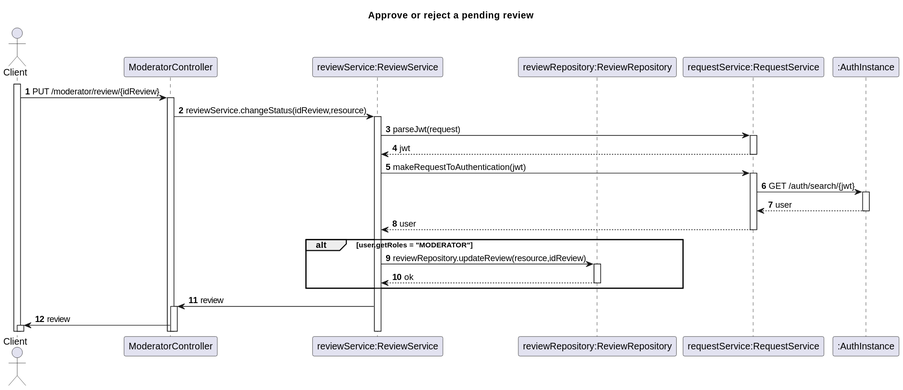
The PlantUML diagram Docs/US10-SD.svg in TiagoNora/SIDIS-Docs, before a commit. Its diagram source:
```plantuml
@startuml

title Approve or reject a pending review
autoactivate on
autonumber

actor "Client" as client
participant "ModeratorController" as controller
participant "reviewService:ReviewService" as service
participant "reviewRepository:ReviewRepository" as repository
participant "requestService:RequestService" as request
participant ":AuthInstance" as instanceAuth

activate client

client -> controller: PUT /moderator/review/{idReview}
controller -> service : reviewService.changeStatus(idReview,resource)

service -> request : parseJwt(request)
request --> service: jwt
service -> request: makeRequestToAuthentication(jwt)
request -> instanceAuth: GET /auth/search/{jwt}
instanceAuth --> request: user
request --> service: user
alt user.getRoles = "MODERATOR"
    service -> repository: reviewRepository.updateReview(resource,idReview)
    repository --> service: ok
end


service -> controller: review
controller -> client: review

@enduml
```
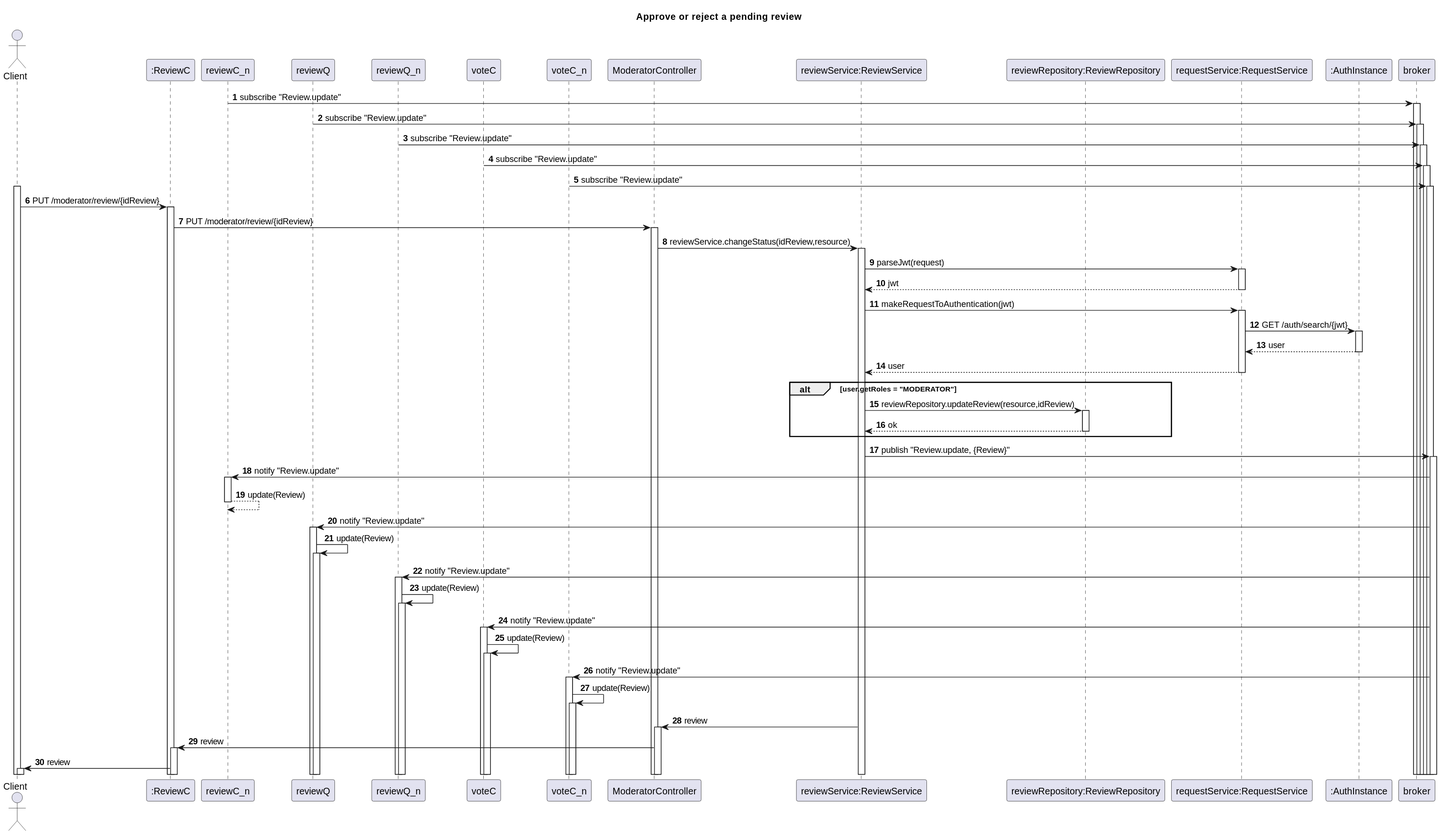
Above is the later version.

Change to the diagram source:
```diff
@@ -5,15 +5,32 @@
 autonumber
 
 actor "Client" as client
+
+reviewC_n -> broker: subscribe "Review.update"
+reviewQ -> broker: subscribe "Review.update"
+reviewQ_n -> broker: subscribe "Review.update"
+voteC -> broker: subscribe "Review.update"
+voteC_n -> broker: subscribe "Review.update"
+
+participant ":ReviewC" as reviewC
+participant ":ReviewC_n" as reviewC_n
+participant ":ReviewQ" as reviewQ
+participant ":ReviewQ_n" as reviewQ_n
+participant ":VoteC" as voteC
+participant ":VoteC_n" as voteC_n
+
 participant "ModeratorController" as controller
 participant "reviewService:ReviewService" as service
 participant "reviewRepository:ReviewRepository" as repository
 participant "requestService:RequestService" as request
 participant ":AuthInstance" as instanceAuth
 
+
+participant ":MessageBroker" as broker
 activate client
 
-client -> controller: PUT /moderator/review/{idReview}
+client -> reviewC: PUT /moderator/review/{idReview}
+reviewC -> controller: PUT /moderator/review/{idReview}
 controller -> service : reviewService.changeStatus(idReview,resource)
 
 service -> request : parseJwt(request)
@@ -26,9 +43,21 @@
     service -> repository: reviewRepository.updateReview(resource,idReview)
     repository --> service: ok
 end
+service -> broker:publish "Review.update, {Review}"
+reviewC_n <- broker: notify "Review.update"
+reviewC_n --> reviewC_n: update(Review)
+reviewQ <- broker: notify "Review.update"
+reviewQ -> reviewQ: update(Review)
+reviewQ_n <- broker: notify "Review.update"
+reviewQ_n -> reviewQ_n: update(Review)
+voteC <- broker: notify "Review.update"
+voteC -> voteC: update(Review)
+voteC_n <- broker: notify "Review.update"
+voteC_n -> voteC_n: update(Review)
 
 
 service -> controller: review
-controller -> client: review
+controller -> reviewC: review
+reviewC -> client: review
 
 @enduml
```
